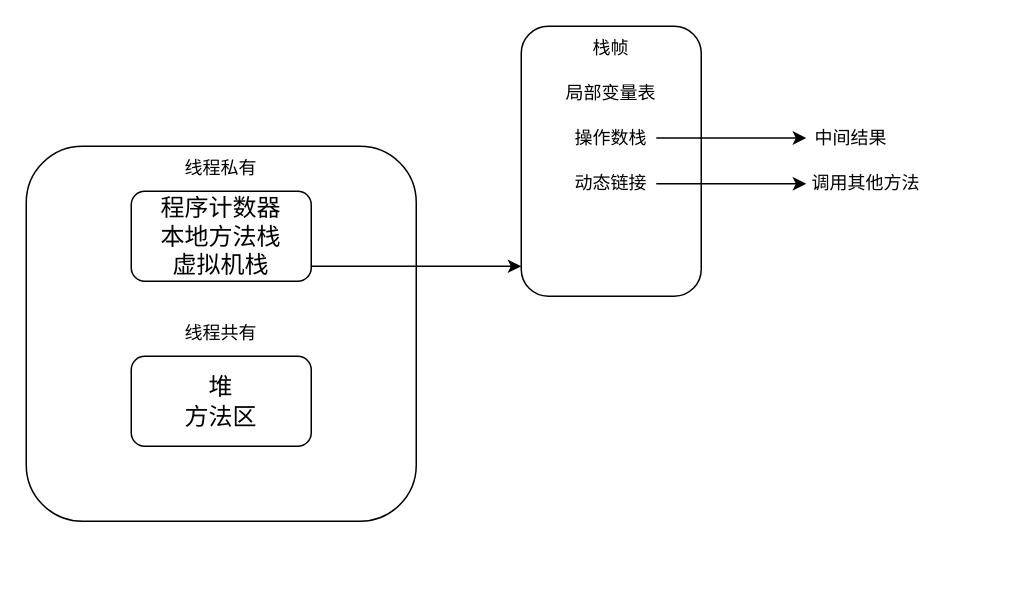
The draw.io diagram JVM.drawio in 1155200424/diagrams, before the edit. Source tidied: cells renumbered, new cells numbered last; positions are measured from the earlier drawing's top-left corner, leaving out a move shared by most shapes. Both pictures are drawn from the tidied source at 150%, with x=0, y=0 at pixel (26, 26).
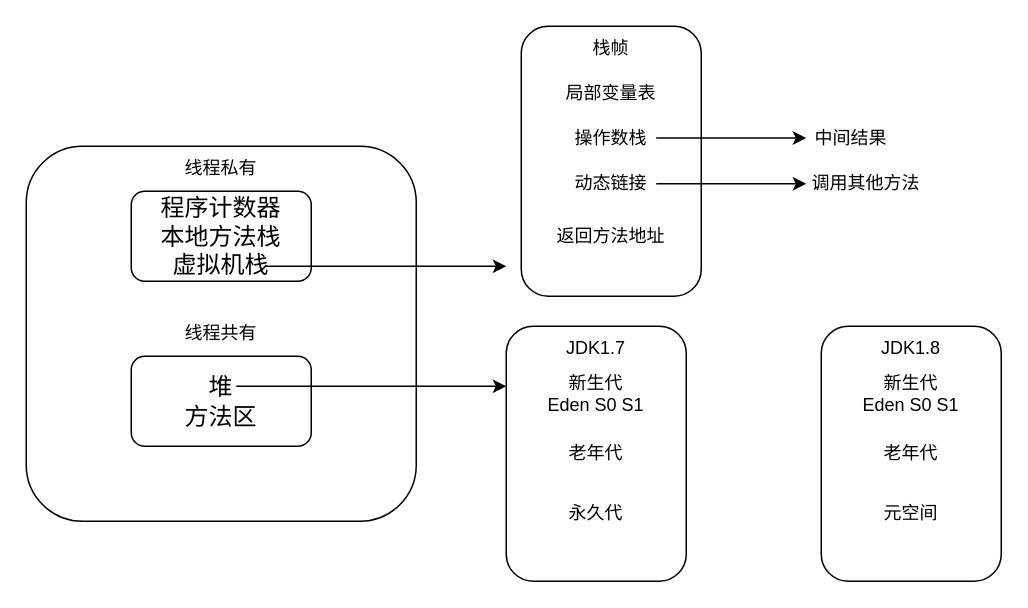
The same diagram, later.

Diff of the diagram source:
```diff
@@
     <mxCell id="7" style="endArrow=classic;html=1;rounded=0;" parent="1" edge="1">
       <mxGeometry relative="1" as="geometry">
-        <mxPoint x="190" y="160" as="sourcePoint" />
-        <mxPoint x="330" y="160" as="targetPoint" />
+        <mxPoint x="160" y="160" as="sourcePoint" />
+        <mxPoint x="320" y="160" as="targetPoint" />
       </mxGeometry>
     </mxCell>
@@
+    <mxCell id="17" value="返回方法地址" style="text;html=1;align=center;verticalAlign=middle;whiteSpace=wrap;rounded=0;" parent="1" vertex="1">
+      <mxGeometry x="350" y="127.5" width="80" height="25" as="geometry" />
+    </mxCell>
+    <mxCell id="18" style="endArrow=classic;html=1;rounded=0;" parent="1" edge="1">
+      <mxGeometry relative="1" as="geometry">
+        <mxPoint x="140" y="240" as="sourcePoint" />
+        <mxPoint x="320" y="240" as="targetPoint" />
+      </mxGeometry>
+    </mxCell>
+    <mxCell id="19" style="rounded=1;whiteSpace=wrap;html=1;" parent="1" vertex="1">
+      <mxGeometry x="320" y="200" width="120" height="170" as="geometry" />
+    </mxCell>
+    <mxCell id="20" value="新生代&lt;div&gt;Eden S0 S1&lt;/div&gt;" style="text;html=1;align=center;verticalAlign=middle;whiteSpace=wrap;rounded=0;" parent="1" vertex="1">
+      <mxGeometry x="345" y="230" width="70" height="30" as="geometry" />
+    </mxCell>
+    <mxCell id="21" value="老年代" style="text;html=1;align=center;verticalAlign=middle;whiteSpace=wrap;rounded=0;" parent="1" vertex="1">
+      <mxGeometry x="350" y="270" width="60" height="30" as="geometry" />
+    </mxCell>
+    <mxCell id="22" value="永久代" style="text;html=1;align=center;verticalAlign=middle;whiteSpace=wrap;rounded=0;" parent="1" vertex="1">
+      <mxGeometry x="350" y="310" width="60" height="30" as="geometry" />
+    </mxCell>
+    <mxCell id="23" value="JDK1.7" style="text;html=1;align=center;verticalAlign=middle;whiteSpace=wrap;rounded=0;" parent="1" vertex="1">
+      <mxGeometry x="350" y="200" width="60" height="30" as="geometry" />
+    </mxCell>
+    <mxCell id="24" style="rounded=1;whiteSpace=wrap;html=1;" parent="1" vertex="1">
+      <mxGeometry x="530" y="200" width="120" height="170" as="geometry" />
+    </mxCell>
+    <mxCell id="25" value="老年代" style="text;html=1;align=center;verticalAlign=middle;whiteSpace=wrap;rounded=0;" parent="1" vertex="1">
+      <mxGeometry x="560" y="270" width="60" height="30" as="geometry" />
+    </mxCell>
+    <mxCell id="26" value="元空间" style="text;html=1;align=center;verticalAlign=middle;whiteSpace=wrap;rounded=0;" parent="1" vertex="1">
+      <mxGeometry x="560" y="310" width="60" height="30" as="geometry" />
+    </mxCell>
+    <mxCell id="27" value="JDK1.8" style="text;html=1;align=center;verticalAlign=middle;whiteSpace=wrap;rounded=0;" parent="1" vertex="1">
+      <mxGeometry x="560" y="200" width="60" height="30" as="geometry" />
+    </mxCell>
+    <mxCell id="28" value="新生代&lt;div&gt;Eden S0 S1&lt;/div&gt;" style="text;html=1;align=center;verticalAlign=middle;whiteSpace=wrap;rounded=0;" parent="1" vertex="1">
+      <mxGeometry x="555" y="230" width="70" height="30" as="geometry" />
+    </mxCell>
```
